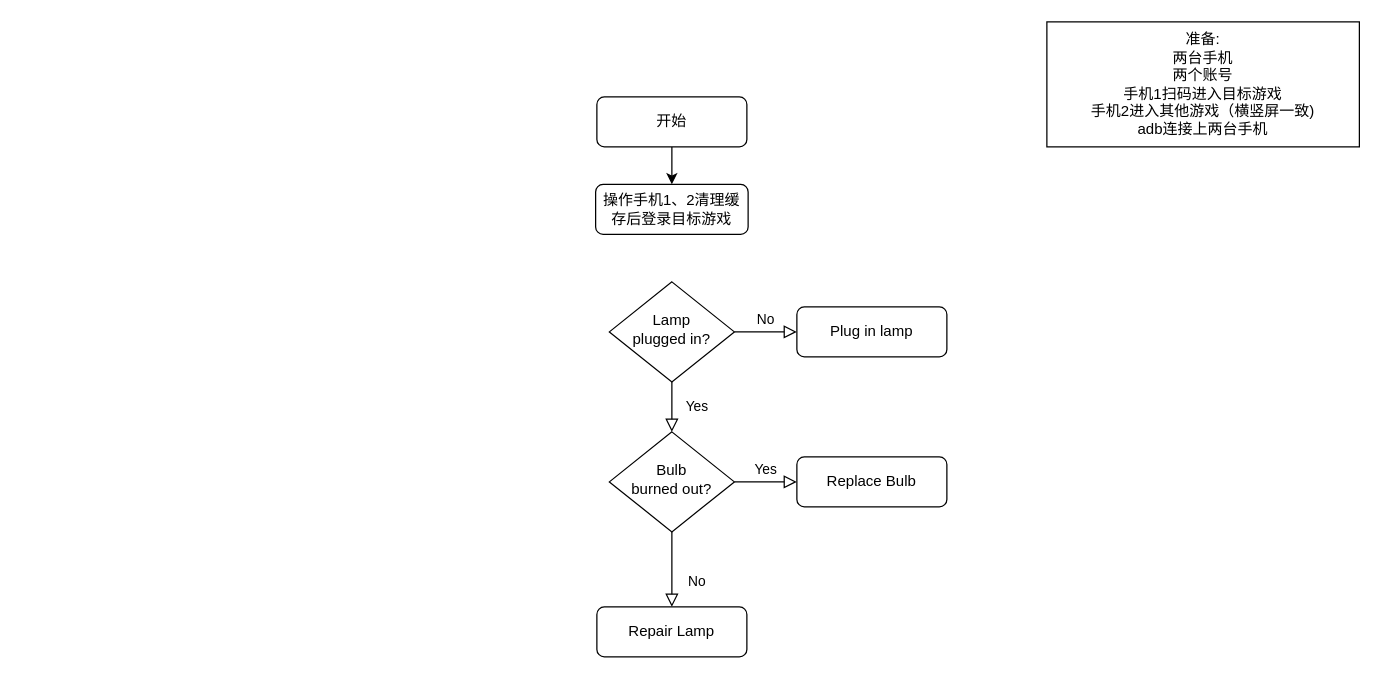
Before: Untitled Diagram.drawio in linxierr/TVGuoBT, a draw.io diagram. Source tidied: cells renumbered, new cells numbered last; positions are measured from the earlier drawing's top-left corner, leaving out a move shared by most shapes. Both pictures are drawn from the tidied source at 125%, with x=0, y=0 at pixel (595, 21).
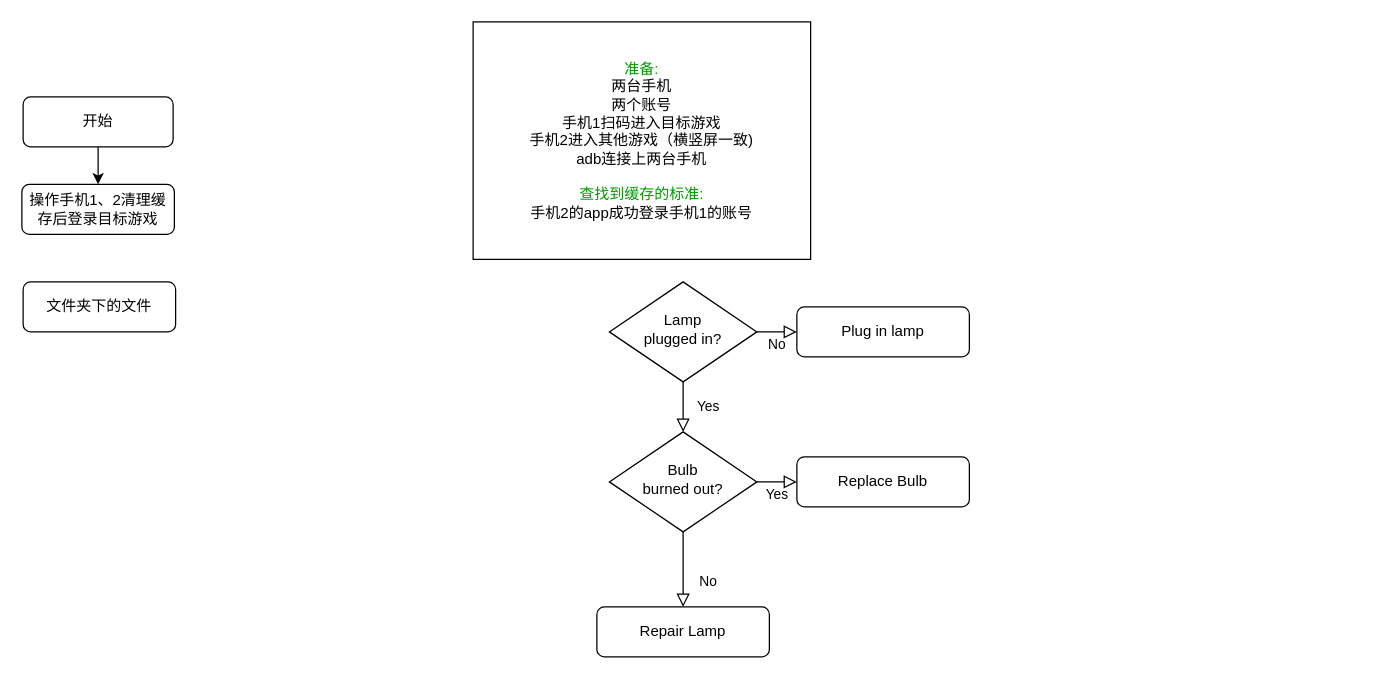
The same page after the edit.

Change to the diagram source:
```diff
@@
 <mxGraphModel>
   <root>
     <mxCell id="0" />
     <mxCell id="1" parent="0" />
     <mxCell id="2" value="开始" style="rounded=1;whiteSpace=wrap;html=1;fontSize=12;glass=0;strokeWidth=1;shadow=0;" parent="1" vertex="1">
-      <mxGeometry x="1" y="60" width="120" height="40" as="geometry" />
+      <mxGeometry x="-458" y="60" width="120" height="40" as="geometry" />
     </mxCell>
     <mxCell id="3" value="Yes" style="rounded=0;html=1;jettySize=auto;fontSize=11;endArrow=block;endFill=0;endSize=8;strokeWidth=1;shadow=0;labelBackgroundColor=none;edgeStyle=orthogonalEdgeStyle;" parent="1" edge="1" source="5" target="9">
       <mxGeometry y="20" relative="1" as="geometry" />
     </mxCell>
     <mxCell id="4" value="No" style="edgeStyle=orthogonalEdgeStyle;rounded=0;html=1;jettySize=auto;fontSize=11;endArrow=block;endFill=0;endSize=8;strokeWidth=1;shadow=0;labelBackgroundColor=none;" parent="1" edge="1" source="5" target="6">
       <mxGeometry y="10" relative="1" as="geometry" />
     </mxCell>
     <mxCell id="5" value="Lamp&lt;br&gt;plugged in?" style="rhombus;whiteSpace=wrap;html=1;shadow=0;fontFamily=Helvetica;fontSize=12;align=center;strokeWidth=1;spacing=6;spacingTop=-4;" parent="1" vertex="1">
-      <mxGeometry x="11" y="208" width="100" height="80" as="geometry" />
+      <mxGeometry x="11" y="208" width="118" height="80" as="geometry" />
     </mxCell>
     <mxCell id="6" value="Plug in lamp" style="rounded=1;whiteSpace=wrap;html=1;fontSize=12;glass=0;strokeWidth=1;shadow=0;" parent="1" vertex="1">
-      <mxGeometry x="161" y="228" width="120" height="40" as="geometry" />
+      <mxGeometry x="161" y="228" width="138" height="40" as="geometry" />
     </mxCell>
     <mxCell id="7" value="No" style="rounded=0;html=1;jettySize=auto;fontSize=11;endArrow=block;endFill=0;endSize=8;strokeWidth=1;shadow=0;labelBackgroundColor=none;edgeStyle=orthogonalEdgeStyle;" parent="1" edge="1" source="9" target="10">
       <mxGeometry x="0.33" y="20" relative="1" as="geometry" />
     </mxCell>
     <mxCell id="8" value="Yes" style="edgeStyle=orthogonalEdgeStyle;rounded=0;html=1;jettySize=auto;fontSize=11;endArrow=block;endFill=0;endSize=8;strokeWidth=1;shadow=0;labelBackgroundColor=none;" parent="1" edge="1" source="9" target="11">
       <mxGeometry y="10" relative="1" as="geometry" />
     </mxCell>
     <mxCell id="9" value="Bulb&lt;br&gt;burned out?" style="rhombus;whiteSpace=wrap;html=1;shadow=0;fontFamily=Helvetica;fontSize=12;align=center;strokeWidth=1;spacing=6;spacingTop=-4;" parent="1" vertex="1">
-      <mxGeometry x="11" y="328" width="100" height="80" as="geometry" />
+      <mxGeometry x="11" y="328" width="118" height="80" as="geometry" />
     </mxCell>
     <mxCell id="10" value="Repair Lamp" style="rounded=1;whiteSpace=wrap;html=1;fontSize=12;glass=0;strokeWidth=1;shadow=0;" parent="1" vertex="1">
-      <mxGeometry x="1" y="468" width="120" height="40" as="geometry" />
+      <mxGeometry x="1" y="468" width="138" height="40" as="geometry" />
     </mxCell>
     <mxCell id="11" value="Replace Bulb" style="rounded=1;whiteSpace=wrap;html=1;fontSize=12;glass=0;strokeWidth=1;shadow=0;" parent="1" vertex="1">
-      <mxGeometry x="161" y="348" width="120" height="40" as="geometry" />
+      <mxGeometry x="161" y="348" width="138" height="40" as="geometry" />
     </mxCell>
-    <mxCell id="12" value="准备:&lt;br&gt;两台手机&lt;br&gt;两个账号&lt;br&gt;手机1扫码进入目标游戏&lt;br&gt;手机2进入其他游戏（横竖屏一致)&lt;br&gt;adb连接上两台手机" style="rounded=0;whiteSpace=wrap;html=1;" parent="1" vertex="1">
-      <mxGeometry x="361" width="250" height="100" as="geometry" />
+    <mxCell id="12" value="&lt;font color=&quot;#009900&quot;&gt;准备:&lt;/font&gt;&lt;br&gt;两台手机&lt;br&gt;两个账号&lt;br&gt;手机1扫码进入目标游戏&lt;br&gt;手机2进入其他游戏（横竖屏一致)&lt;br&gt;adb连接上两台手机&lt;br&gt;&lt;br&gt;&lt;font color=&quot;#009900&quot;&gt;查找到缓存的标准:&lt;/font&gt;&lt;br&gt;手机2的app成功登录手机1的账号" style="rounded=0;whiteSpace=wrap;html=1;" parent="1" vertex="1">
+      <mxGeometry x="-98" width="270" height="190" as="geometry" />
     </mxCell>
     <mxCell id="13" style="edgeStyle=orthogonalEdgeStyle;rounded=0;orthogonalLoop=1;jettySize=auto;html=1;" parent="1" edge="1">
       <mxGeometry relative="1" as="geometry">
-        <mxPoint x="60" y="110" as="sourcePoint" />
-        <mxPoint x="60" y="110" as="targetPoint" />
+        <mxPoint x="-399" y="110" as="sourcePoint" />
+        <mxPoint x="-399" y="110" as="targetPoint" />
       </mxGeometry>
     </mxCell>
     <mxCell id="14" value="操作手机1、2清理缓存后登录目标游戏" style="rounded=1;whiteSpace=wrap;html=1;fontSize=12;glass=0;strokeWidth=1;shadow=0;" parent="1" vertex="1">
-      <mxGeometry y="130" width="122" height="40" as="geometry" />
+      <mxGeometry x="-459" y="130" width="122" height="40" as="geometry" />
     </mxCell>
     <mxCell id="15" style="endArrow=classic;html=1;exitX=0.5;exitY=1;exitDx=0;exitDy=0;entryX=0.5;entryY=0;entryDx=0;entryDy=0;" parent="1" edge="1" source="2" target="14">
       <mxGeometry relative="1" as="geometry" />
     </mxCell>
+    <mxCell id="16" value="文件夹下的文件" style="rounded=1;whiteSpace=wrap;html=1;fontSize=12;glass=0;strokeWidth=1;shadow=0;" parent="1" vertex="1">
+      <mxGeometry x="-458" y="208" width="122" height="40" as="geometry" />
+    </mxCell>
   </root>
 </mxGraphModel>
```
